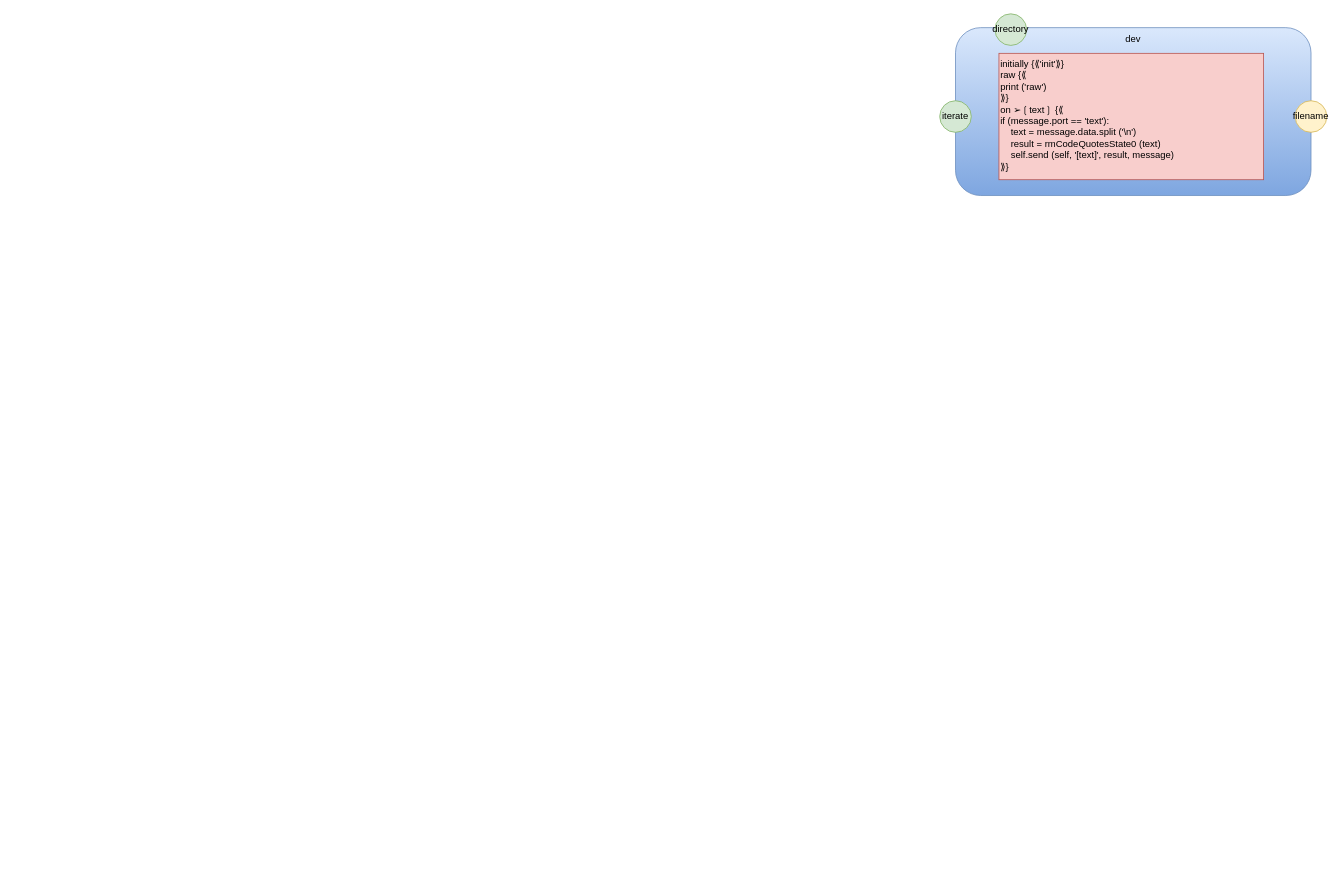
Above: poc/dev.drawio in guitarvydas/pypm (draw.io), before the change. Source tidied: cells renumbered, new cells numbered last; positions are measured from the earlier drawing's top-left corner, leaving out a move shared by most shapes. Both pictures are drawn from the tidied source at 79%, with x=0, y=0 at pixel (939, 13).
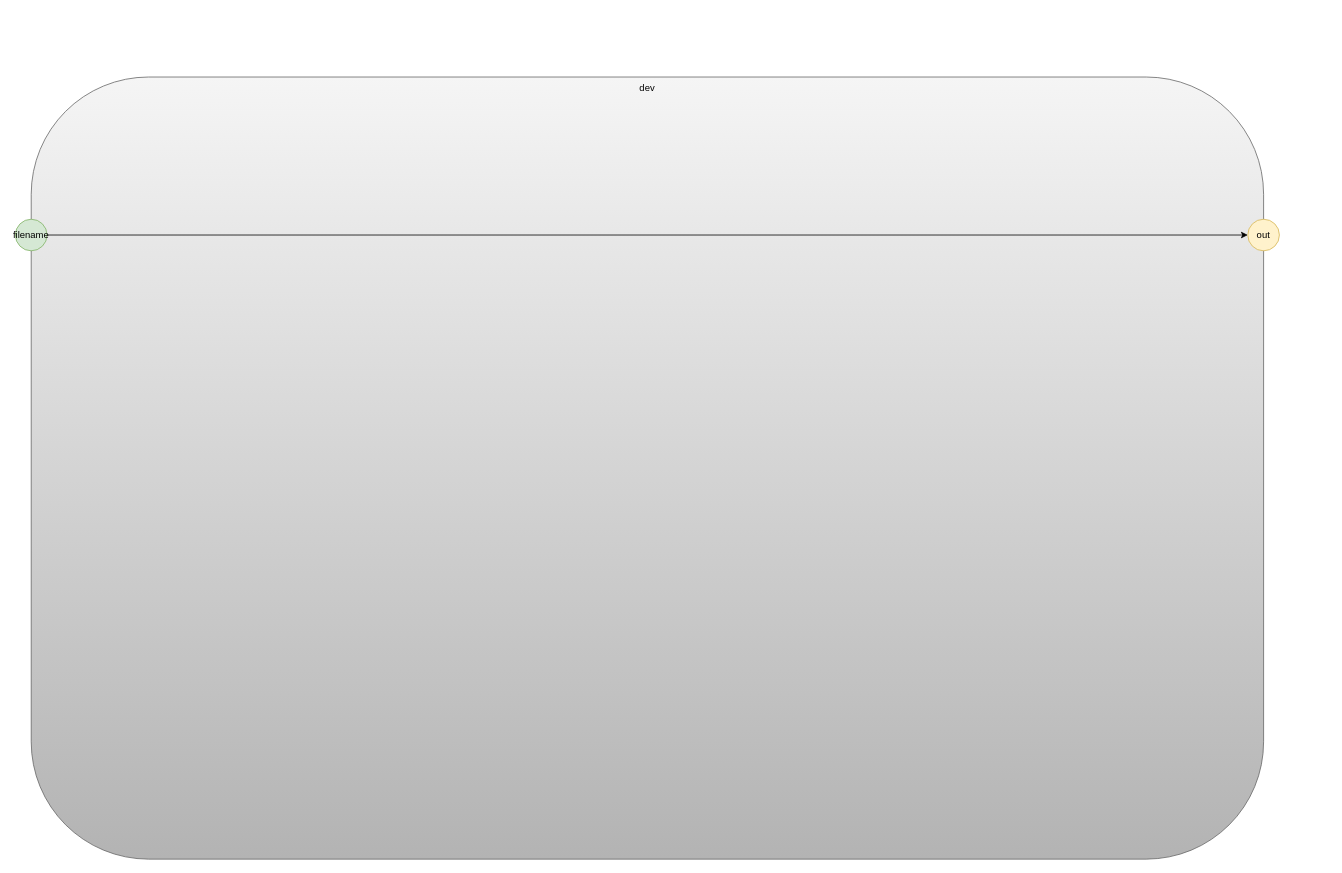
Above is the later version.

Commit message (it also covers changes not shown here):
dev.drawio container.in -> container.out not supported

The edit, as a diff of the source:
```diff
@@
 <mxGraphModel>
   <root>
     <mxCell id="0" />
     <mxCell id="1" parent="0" />
-    <mxCell id="2" value="dev" style="rounded=1;whiteSpace=wrap;html=1;horizontal=1;verticalAlign=top;strokeColor=#6c8ebf;fillColor=#dae8fc;gradientColor=#7ea6e0;" parent="1" vertex="1">
-      <mxGeometry x="20" y="17.5" width="450" height="212.5" as="geometry" />
+    <mxCell id="2" value="dev" style="rounded=1;whiteSpace=wrap;html=1;horizontal=1;verticalAlign=top;fillColor=#f5f5f5;strokeColor=#666666;gradientColor=#b3b3b3;" parent="1" vertex="1">
+      <mxGeometry x="-1150" y="80" width="1560" height="990" as="geometry" />
     </mxCell>
+    <mxCell id="7" style="edgeStyle=orthogonalEdgeStyle;rounded=0;jettySize=auto;html=1;exitX=1;exitY=0.5;exitDx=0;exitDy=0;entryX=0;entryY=0.5;entryDx=0;entryDy=0;" parent="1" edge="1" source="3" target="8">
+      <mxGeometry relative="1" as="geometry" />
+    </mxCell>
-    <mxCell id="3" value="filename" style="ellipse;whiteSpace=wrap;html=1;fillColor=#fff2cc;strokeColor=#d6b656;" parent="1" vertex="1">
-      <mxGeometry x="450" y="110" width="40" height="40" as="geometry" />
+    <mxCell id="3" value="filename" style="ellipse;whiteSpace=wrap;html=1;fillColor=#d5e8d4;strokeColor=#82b366;" parent="1" vertex="1">
+      <mxGeometry x="-1170" y="260" width="40" height="40" as="geometry" />
     </mxCell>
-    <mxCell id="4" value="iterate" style="ellipse;whiteSpace=wrap;html=1;fillColor=#d5e8d4;strokeColor=#82b366;" parent="1" vertex="1">
-      <mxGeometry y="110" width="40" height="40" as="geometry" />
-    </mxCell>
-    <mxCell id="5" value="directory" style="ellipse;whiteSpace=wrap;html=1;fillColor=#d5e8d4;strokeColor=#82b366;" parent="1" vertex="1">
-      <mxGeometry x="70" width="40" height="40" as="geometry" />
-    </mxCell>
-    <mxCell id="6" value="&lt;div&gt;&lt;div&gt;&lt;div&gt;&lt;div&gt;&lt;div&gt;&lt;div&gt;initially {⟪'init'⟫}&lt;/div&gt;&lt;div&gt;raw {⟪&amp;nbsp;&lt;/div&gt;&lt;div&gt;print ('raw')&amp;nbsp;&lt;/div&gt;&lt;div&gt;⟫}&lt;/div&gt;&lt;div&gt;on ➢❲text❳ {⟪&lt;/div&gt;&lt;div&gt;if (message.port == 'text'):&lt;/div&gt;&lt;div&gt;&amp;nbsp; &amp;nbsp; text = message.data.split ('\n')&lt;/div&gt;&lt;div&gt;&amp;nbsp; &amp;nbsp; result = rmCodeQuotesState0 (text)&lt;/div&gt;&lt;div&gt;&amp;nbsp; &amp;nbsp; self.send (self, '[text]', result, message)&lt;/div&gt;&lt;div&gt;⟫}&lt;/div&gt;&lt;/div&gt;&lt;/div&gt;&lt;/div&gt;&lt;/div&gt;&lt;/div&gt;&lt;div&gt;&lt;br&gt;&lt;/div&gt;" style="rounded=0;whiteSpace=wrap;html=1;align=left;verticalAlign=top;fillColor=#f8cecc;strokeColor=#b85450;" parent="1" vertex="1">
-      <mxGeometry x="75" y="50" width="335" height="160" as="geometry" />
-    </mxCell>
+    <mxCell id="8" value="out" style="ellipse;whiteSpace=wrap;html=1;fillColor=#fff2cc;strokeColor=#d6b656;" parent="1" vertex="1">
+      <mxGeometry x="390" y="260" width="40" height="40" as="geometry" />
+    </mxCell>
   </root>
 </mxGraphModel>
```
